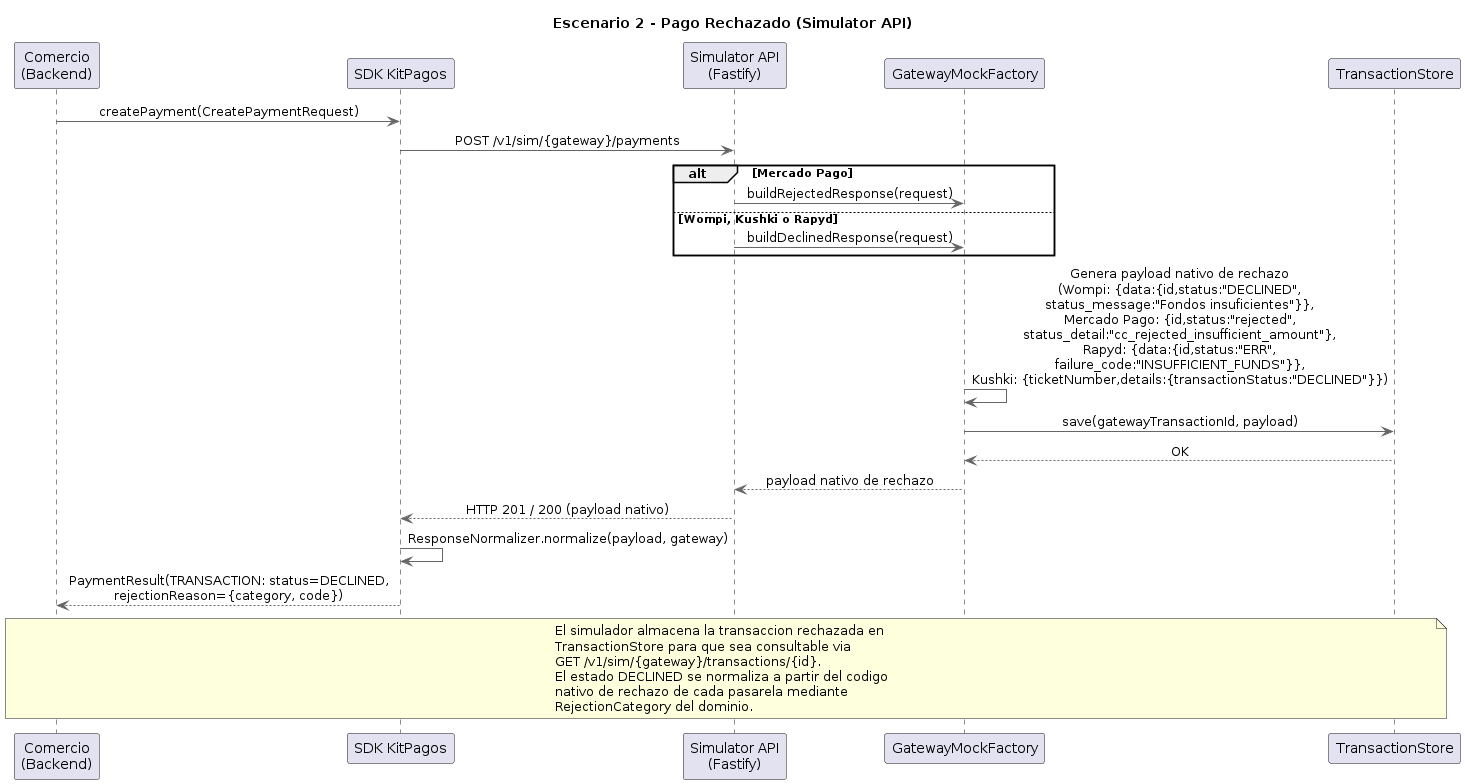
This is docs/architecture/Simulador API/Sequence Diagram - Denied Payment.png from PurosBrothers/Kit-Pagos-Colombia---Tesis, a PlantUML export, as it was before one commit. Its diagram source:
```plantuml
@startuml
title Escenario 2 - Pago Rechazado (Simulator API)
skinparam backgroundColor white
skinparam sequenceMessageAlign center
skinparam ArrowColor #666666
skinparam LifeLineBorderColor #666666

participant "Comercio\n(Backend)" as Comercio
participant "SDK KitPagos" as SDK
participant "Simulator API\n(Fastify)" as SimAPI
participant "GatewayMockFactory" as MockFactory
participant "TransactionStore" as Store

Comercio -> SDK : createPayment(CreatePaymentRequest)
SDK -> SimAPI : POST /v1/sim/{gateway}/payments
alt Mercado Pago
  SimAPI -> MockFactory : buildRejectedResponse(request)
else Wompi, Kushki o Rapyd
  SimAPI -> MockFactory : buildDeclinedResponse(request)
end
MockFactory -> MockFactory : Genera payload nativo de rechazo\n(Wompi: {data:{id,status:"DECLINED",\nstatus_message:"Fondos insuficientes"}},\nMercado Pago: {id,status:"rejected",\nstatus_detail:"cc_rejected_insufficient_amount"},\nRapyd: {data:{id,status:"ERR",\nfailure_code:"INSUFFICIENT_FUNDS"}},\nKushki: {ticketNumber,details:{transactionStatus:"DECLINED"}})
MockFactory -> Store : save(gatewayTransactionId, payload)
Store --> MockFactory : OK
MockFactory --> SimAPI : payload nativo de rechazo
SimAPI --> SDK : HTTP 201 / 200 (payload nativo)
SDK -> SDK : ResponseNormalizer.normalize(payload, gateway)
SDK --> Comercio : PaymentResult(TRANSACTION: status=DECLINED,\nrejectionReason={category, code})

note over Comercio, Store
  El simulador almacena la transaccion rechazada en
  TransactionStore para que sea consultable via
  GET /v1/sim/{gateway}/transactions/{id}.
  El estado DECLINED se normaliza a partir del codigo
  nativo de rechazo de cada pasarela mediante
  RejectionCategory del dominio.
end note
@enduml
```
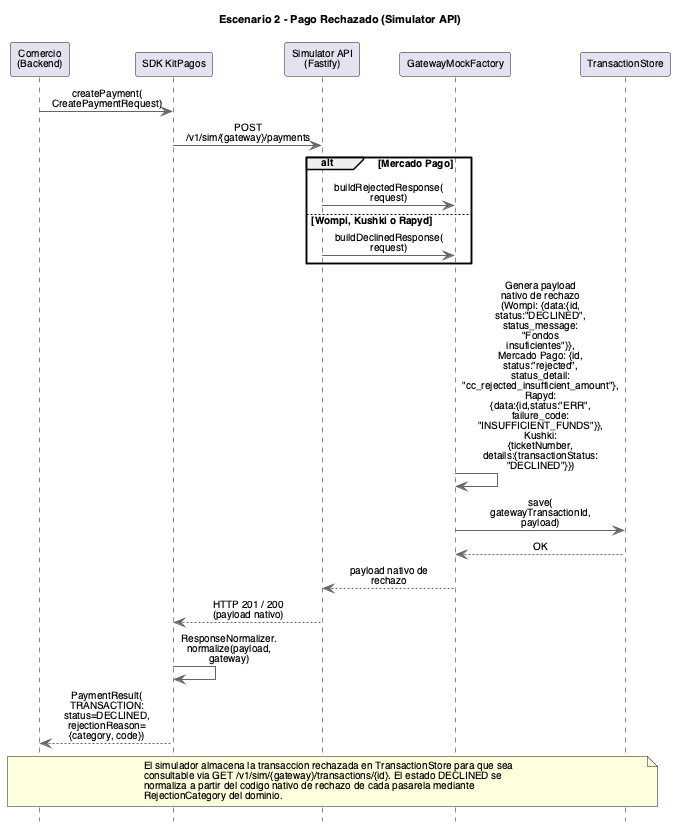
After the commit.

What changed in the source:
```diff
@@ -1,6 +1,18 @@
-@startuml
+@startuml Sequence Diagram - Denied Payment
 title Escenario 2 - Pago Rechazado (Simulator API)
 skinparam backgroundColor white
+skinparam defaultFontName Helvetica
+skinparam defaultFontSize 10
+skinparam titleFontSize 11
+skinparam ParticipantFontSize 10
+skinparam ActorFontSize 10
+skinparam ArrowFontSize 10
+skinparam NoteFontSize 10
+skinparam SequenceGroupFontSize 10
+skinparam SequenceGroupHeaderFontSize 10
+skinparam SequenceDividerFontSize 10
+skinparam maxMessageSize 95
+hide footbox
 skinparam sequenceMessageAlign center
 skinparam ArrowColor #666666
 skinparam LifeLineBorderColor #666666
@@ -11,27 +23,26 @@
 participant "GatewayMockFactory" as MockFactory
 participant "TransactionStore" as Store
 
-Comercio -> SDK : createPayment(CreatePaymentRequest)
+Comercio -> SDK : createPayment(\nCreatePaymentRequest)
 SDK -> SimAPI : POST /v1/sim/{gateway}/payments
 alt Mercado Pago
-  SimAPI -> MockFactory : buildRejectedResponse(request)
+  SimAPI -> MockFactory : buildRejectedResponse(\nrequest)
 else Wompi, Kushki o Rapyd
-  SimAPI -> MockFactory : buildDeclinedResponse(request)
+  SimAPI -> MockFactory : buildDeclinedResponse(\nrequest)
 end
-MockFactory -> MockFactory : Genera payload nativo de rechazo\n(Wompi: {data:{id,status:"DECLINED",\nstatus_message:"Fondos insuficientes"}},\nMercado Pago: {id,status:"rejected",\nstatus_detail:"cc_rejected_insufficient_amount"},\nRapyd: {data:{id,status:"ERR",\nfailure_code:"INSUFFICIENT_FUNDS"}},\nKushki: {ticketNumber,details:{transactionStatus:"DECLINED"}})
-MockFactory -> Store : save(gatewayTransactionId, payload)
+MockFactory -> MockFactory : Genera payload nativo de rechazo\n(Wompi: {data:{id,\nstatus:"DECLINED",\nstatus_message:\n"Fondos insuficientes"}},\nMercado Pago: {id,\nstatus:"rejected",\nstatus_detail:\n"cc_rejected_insufficient_amount"},\nRapyd: {data:{id,status:"ERR",\nfailure_code:\n"INSUFFICIENT_FUNDS"}},\nKushki: {ticketNumber,\ndetails:{transactionStatus:\n"DECLINED"}})
+MockFactory -> Store : save(\ngatewayTransactionId,\npayload)
 Store --> MockFactory : OK
 MockFactory --> SimAPI : payload nativo de rechazo
 SimAPI --> SDK : HTTP 201 / 200 (payload nativo)
-SDK -> SDK : ResponseNormalizer.normalize(payload, gateway)
-SDK --> Comercio : PaymentResult(TRANSACTION: status=DECLINED,\nrejectionReason={category, code})
+SDK -> SDK : ResponseNormalizer.\nnormalize(payload,\ngateway)
+SDK --> Comercio : PaymentResult(\nTRANSACTION:\nstatus=DECLINED,\nrejectionReason=\n{category, code})
 
 note over Comercio, Store
-  El simulador almacena la transaccion rechazada en
-  TransactionStore para que sea consultable via
-  GET /v1/sim/{gateway}/transactions/{id}.
-  El estado DECLINED se normaliza a partir del codigo
-  nativo de rechazo de cada pasarela mediante
+  El simulador almacena la transaccion rechazada en TransactionStore para que sea
+  consultable via GET /v1/sim/{gateway}/transactions/{id}. El estado DECLINED se
+  normaliza a partir del codigo nativo de rechazo de cada pasarela mediante
   RejectionCategory del dominio.
 end note
+
 @enduml
```
